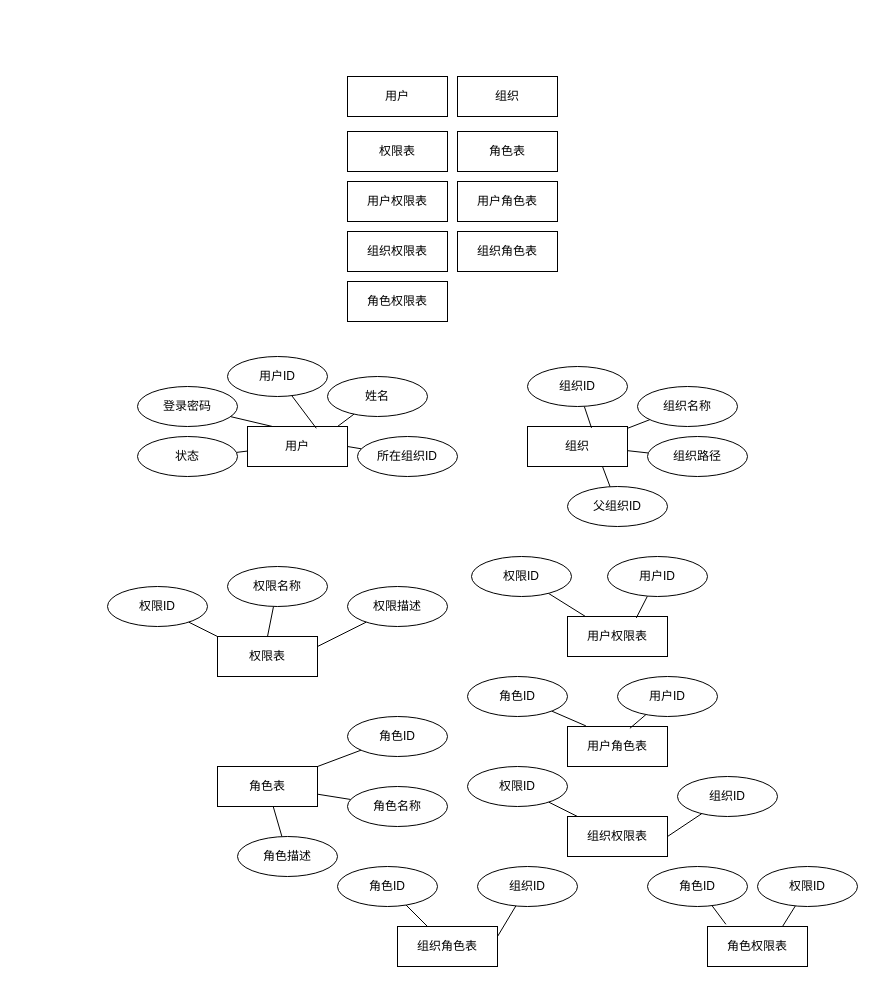
FdfGithub/drawio keeps this draw.io diagram as page "用户服务" (2 of 5) of 毕设管理系统/ER模型图.drawio. Above is the earlier version. Source tidied: cells renumbered, new cells numbered last; positions are measured from the earlier drawing's top-left corner, leaving out a move shared by most shapes. Both pictures are drawn from the tidied source at 100%, with x=0, y=0 at pixel (107, 76).
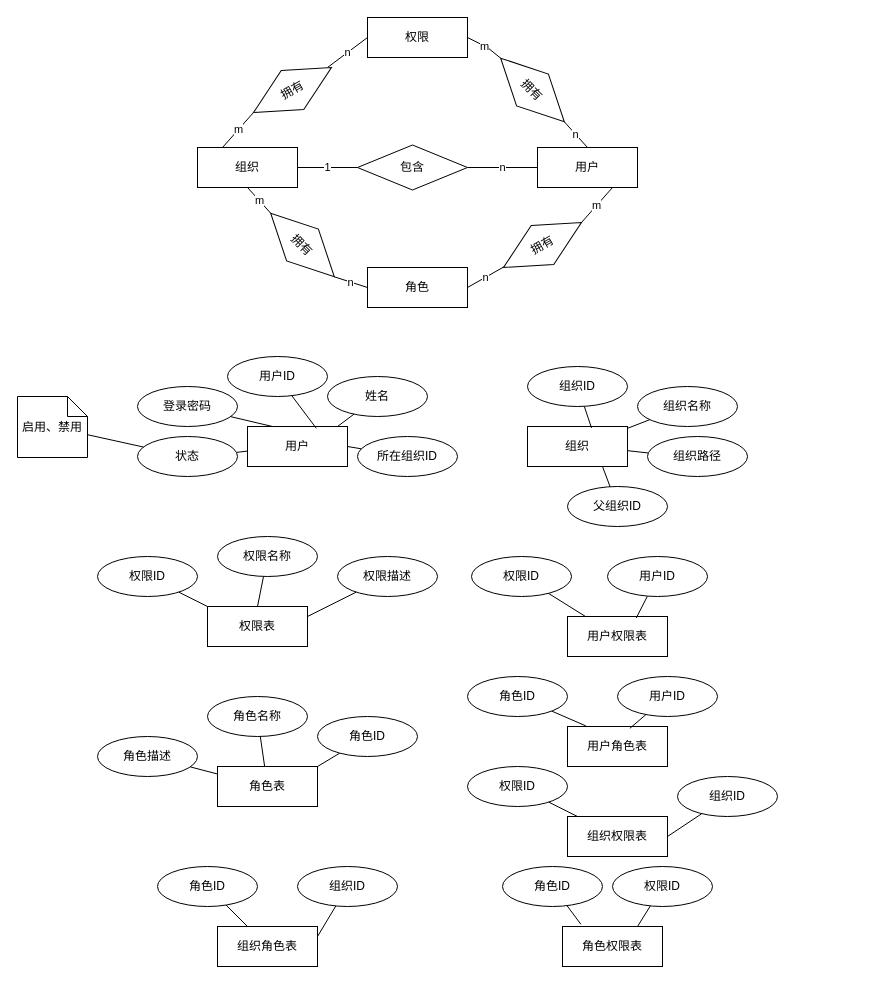
The same page after the edit.

Unchanged cells that the change refers to:
```xml
<mxCell id="21" value="状态" style="ellipse;whiteSpace=wrap;html=1;align=center;" parent="1" vertex="1">
  <mxGeometry x="30" y="360" width="100" height="40" as="geometry" />
</mxCell>
```

Diff of the diagram source:
```diff
@@
-    <mxCell id="2" value="组织" style="whiteSpace=wrap;html=1;align=center;" parent="1" vertex="1">
-      <mxGeometry x="350" width="100" height="40" as="geometry" />
+    <mxCell id="2" value="用户" style="whiteSpace=wrap;html=1;align=center;" parent="1" vertex="1">
+      <mxGeometry x="430" y="71" width="100" height="40" as="geometry" />
     </mxCell>
-    <mxCell id="3" value="权限表" style="whiteSpace=wrap;html=1;align=center;" parent="1" vertex="1">
-      <mxGeometry x="240" y="55" width="100" height="40" as="geometry" />
-    </mxCell>
+    <mxCell id="70" value="1" style="edgeStyle=none;rounded=0;jettySize=auto;html=1;entryX=0;entryY=0.5;entryDx=0;entryDy=0;endArrow=none;endFill=0;" parent="1" edge="1" source="4" target="72">
+      <mxGeometry relative="1" as="geometry" />
+    </mxCell>
-    <mxCell id="4" value="用户" style="whiteSpace=wrap;html=1;align=center;" parent="1" vertex="1">
-      <mxGeometry x="240" width="100" height="40" as="geometry" />
+    <mxCell id="4" value="组织" style="whiteSpace=wrap;html=1;align=center;" parent="1" vertex="1">
+      <mxGeometry x="90" y="71" width="100" height="40" as="geometry" />
     </mxCell>
-    <mxCell id="5" value="角色表" style="whiteSpace=wrap;html=1;align=center;" parent="1" vertex="1">
-      <mxGeometry x="350" y="55" width="100" height="40" as="geometry" />
-    </mxCell>
-    <mxCell id="6" value="用户权限表" style="whiteSpace=wrap;html=1;align=center;" parent="1" vertex="1">
-      <mxGeometry x="240" y="105" width="100" height="40" as="geometry" />
-    </mxCell>
-    <mxCell id="7" value="用户角色表" style="whiteSpace=wrap;html=1;align=center;" parent="1" vertex="1">
-      <mxGeometry x="350" y="105" width="100" height="40" as="geometry" />
-    </mxCell>
-    <mxCell id="8" value="组织权限表" style="whiteSpace=wrap;html=1;align=center;" parent="1" vertex="1">
-      <mxGeometry x="240" y="155" width="100" height="40" as="geometry" />
-    </mxCell>
-    <mxCell id="9" value="组织角色表" style="whiteSpace=wrap;html=1;align=center;" parent="1" vertex="1">
-      <mxGeometry x="350" y="155" width="100" height="40" as="geometry" />
-    </mxCell>
-    <mxCell id="10" value="角色权限表" style="whiteSpace=wrap;html=1;align=center;" parent="1" vertex="1">
-      <mxGeometry x="240" y="205" width="100" height="40" as="geometry" />
-    </mxCell>
@@
     <mxCell id="31" value="权限表" style="whiteSpace=wrap;html=1;align=center;" parent="1" vertex="1">
-      <mxGeometry x="110" y="560" width="100" height="40" as="geometry" />
+      <mxGeometry x="100" y="530" width="100" height="40" as="geometry" />
     </mxCell>
@@
     <mxCell id="33" value="权限ID" style="ellipse;whiteSpace=wrap;html=1;align=center;" parent="1" vertex="1">
-      <mxGeometry y="510" width="100" height="40" as="geometry" />
+      <mxGeometry x="-10" y="480" width="100" height="40" as="geometry" />
     </mxCell>
@@
     <mxCell id="35" value="权限名称" style="ellipse;whiteSpace=wrap;html=1;align=center;" parent="1" vertex="1">
-      <mxGeometry x="120" y="490" width="100" height="40" as="geometry" />
+      <mxGeometry x="110" y="460" width="100" height="40" as="geometry" />
     </mxCell>
@@
     <mxCell id="37" value="权限描述" style="ellipse;whiteSpace=wrap;html=1;align=center;" parent="1" vertex="1">
-      <mxGeometry x="240" y="510" width="100" height="40" as="geometry" />
+      <mxGeometry x="230" y="480" width="100" height="40" as="geometry" />
     </mxCell>
@@
     <mxCell id="40" value="角色ID" style="ellipse;whiteSpace=wrap;html=1;align=center;" parent="1" vertex="1">
-      <mxGeometry x="240" y="640" width="100" height="40" as="geometry" />
+      <mxGeometry x="210" y="640" width="100" height="40" as="geometry" />
     </mxCell>
@@
     <mxCell id="42" value="角色名称" style="ellipse;whiteSpace=wrap;html=1;align=center;" parent="1" vertex="1">
-      <mxGeometry x="240" y="710" width="100" height="40" as="geometry" />
+      <mxGeometry x="100" y="620" width="100" height="40" as="geometry" />
     </mxCell>
@@
     <mxCell id="44" value="角色描述" style="ellipse;whiteSpace=wrap;html=1;align=center;" parent="1" vertex="1">
-      <mxGeometry x="130" y="760" width="100" height="40" as="geometry" />
+      <mxGeometry x="-10" y="660" width="100" height="40" as="geometry" />
     </mxCell>
@@
     <mxCell id="60" value="组织角色表" style="whiteSpace=wrap;html=1;align=center;" parent="1" vertex="1">
-      <mxGeometry x="290" y="850" width="100" height="40" as="geometry" />
+      <mxGeometry x="110" y="850" width="100" height="40" as="geometry" />
     </mxCell>
@@
     <mxCell id="62" value="角色ID" style="ellipse;whiteSpace=wrap;html=1;align=center;" parent="1" vertex="1">
-      <mxGeometry x="230" y="790" width="100" height="40" as="geometry" />
+      <mxGeometry x="50" y="790" width="100" height="40" as="geometry" />
     </mxCell>
@@
     <mxCell id="64" value="组织ID" style="ellipse;whiteSpace=wrap;html=1;align=center;" parent="1" vertex="1">
-      <mxGeometry x="370" y="790" width="100" height="40" as="geometry" />
+      <mxGeometry x="190" y="790" width="100" height="40" as="geometry" />
     </mxCell>
     <mxCell id="65" value="角色权限表" style="whiteSpace=wrap;html=1;align=center;" parent="1" vertex="1">
-      <mxGeometry x="600" y="850" width="100" height="40" as="geometry" />
+      <mxGeometry x="455" y="850" width="100" height="40" as="geometry" />
     </mxCell>
@@
     <mxCell id="67" value="角色ID" style="ellipse;whiteSpace=wrap;html=1;align=center;" parent="1" vertex="1">
-      <mxGeometry x="540" y="790" width="100" height="40" as="geometry" />
+      <mxGeometry x="395" y="790" width="100" height="40" as="geometry" />
     </mxCell>
@@
     <mxCell id="69" value="权限ID" style="ellipse;whiteSpace=wrap;html=1;align=center;" parent="1" vertex="1">
-      <mxGeometry x="650" y="790" width="100" height="40" as="geometry" />
+      <mxGeometry x="505" y="790" width="100" height="40" as="geometry" />
     </mxCell>
+    <mxCell id="71" value="n" style="edgeStyle=none;rounded=0;jettySize=auto;html=1;endArrow=none;endFill=0;" parent="1" edge="1" source="72" target="2">
+      <mxGeometry relative="1" as="geometry" />
+    </mxCell>
+    <mxCell id="72" value="包含" style="shape=rhombus;perimeter=rhombusPerimeter;whiteSpace=wrap;html=1;align=center;" parent="1" vertex="1">
+      <mxGeometry x="250" y="68.5" width="110" height="45" as="geometry" />
+    </mxCell>
+    <mxCell id="73" value="角色" style="whiteSpace=wrap;html=1;align=center;" parent="1" vertex="1">
+      <mxGeometry x="260" y="191" width="100" height="40" as="geometry" />
+    </mxCell>
+    <mxCell id="74" value="权限" style="whiteSpace=wrap;html=1;align=center;" parent="1" vertex="1">
+      <mxGeometry x="260" y="-59" width="100" height="40" as="geometry" />
+    </mxCell>
+    <mxCell id="75" value="n" style="edgeStyle=none;rounded=0;jettySize=auto;html=1;entryX=1;entryY=0.5;entryDx=0;entryDy=0;endArrow=none;endFill=0;" parent="1" edge="1" source="77" target="73">
+      <mxGeometry relative="1" as="geometry" />
+    </mxCell>
+    <mxCell id="76" value="m" style="edgeStyle=none;rounded=0;jettySize=auto;html=1;entryX=0.75;entryY=1;entryDx=0;entryDy=0;endArrow=none;endFill=0;exitX=1;exitY=0.5;exitDx=0;exitDy=0;" parent="1" edge="1" source="77" target="2">
+      <mxGeometry relative="1" as="geometry" />
+    </mxCell>
+    <mxCell id="77" value="拥有" style="shape=rhombus;perimeter=rhombusPerimeter;whiteSpace=wrap;html=1;align=center;rotation=-30;" parent="1" vertex="1">
+      <mxGeometry x="390" y="146" width="90" height="45" as="geometry" />
+    </mxCell>
+    <mxCell id="78" value="n" style="edgeStyle=none;rounded=0;jettySize=auto;html=1;entryX=0.5;entryY=0;entryDx=0;entryDy=0;endArrow=none;endFill=0;exitX=1;exitY=0.5;exitDx=0;exitDy=0;" parent="1" edge="1" source="80" target="2">
+      <mxGeometry relative="1" as="geometry" />
+    </mxCell>
+    <mxCell id="79" value="m" style="edgeStyle=none;rounded=0;jettySize=auto;html=1;entryX=1;entryY=0.5;entryDx=0;entryDy=0;endArrow=none;endFill=0;exitX=0;exitY=0.5;exitDx=0;exitDy=0;" parent="1" edge="1" source="80" target="74">
+      <mxGeometry relative="1" as="geometry">
+        <Array as="points">
+          <mxPoint x="380" y="-29" />
+        </Array>
+      </mxGeometry>
+    </mxCell>
+    <mxCell id="80" value="拥有" style="shape=rhombus;perimeter=rhombusPerimeter;whiteSpace=wrap;html=1;align=center;rotation=45;" parent="1" vertex="1">
+      <mxGeometry x="380" y="-9" width="90" height="45" as="geometry" />
+    </mxCell>
+    <mxCell id="81" value="m" style="edgeStyle=none;rounded=0;jettySize=auto;html=1;entryX=0.25;entryY=0;entryDx=0;entryDy=0;endArrow=none;endFill=0;exitX=0;exitY=0.5;exitDx=0;exitDy=0;" parent="1" edge="1" source="83" target="4">
+      <mxGeometry relative="1" as="geometry" />
+    </mxCell>
+    <mxCell id="82" value="n" style="edgeStyle=none;rounded=0;jettySize=auto;html=1;entryX=0;entryY=0.5;entryDx=0;entryDy=0;endArrow=none;endFill=0;" parent="1" edge="1" target="74">
+      <mxGeometry relative="1" as="geometry">
+        <mxPoint x="220" y="-9" as="sourcePoint" />
+      </mxGeometry>
+    </mxCell>
+    <mxCell id="83" value="拥有" style="shape=rhombus;perimeter=rhombusPerimeter;whiteSpace=wrap;html=1;align=center;rotation=-30;" parent="1" vertex="1">
+      <mxGeometry x="140" y="-9" width="90" height="45" as="geometry" />
+    </mxCell>
+    <mxCell id="84" value="n" style="edgeStyle=none;rounded=0;jettySize=auto;html=1;entryX=0;entryY=0.5;entryDx=0;entryDy=0;endArrow=none;endFill=0;exitX=1;exitY=0.5;exitDx=0;exitDy=0;" parent="1" edge="1" source="86" target="73">
+      <mxGeometry relative="1" as="geometry" />
+    </mxCell>
+    <mxCell id="85" value="m" style="edgeStyle=none;rounded=0;jettySize=auto;html=1;entryX=0.5;entryY=1;entryDx=0;entryDy=0;endArrow=none;endFill=0;exitX=0;exitY=0.5;exitDx=0;exitDy=0;" parent="1" edge="1" source="86" target="4">
+      <mxGeometry relative="1" as="geometry" />
+    </mxCell>
+    <mxCell id="86" value="拥有" style="shape=rhombus;perimeter=rhombusPerimeter;whiteSpace=wrap;html=1;align=center;rotation=45;" parent="1" vertex="1">
+      <mxGeometry x="150" y="146" width="90" height="45" as="geometry" />
+    </mxCell>
+    <mxCell id="87" style="edgeStyle=none;rounded=0;jettySize=auto;html=1;endArrow=none;endFill=0;" parent="1" edge="1" source="88" target="21">
+      <mxGeometry relative="1" as="geometry" />
+    </mxCell>
+    <mxCell id="88" value="启用、禁用" style="shape=note;size=20;whiteSpace=wrap;html=1;" parent="1" vertex="1">
+      <mxGeometry x="-90" y="320" width="70" height="61" as="geometry" />
+    </mxCell>
```
